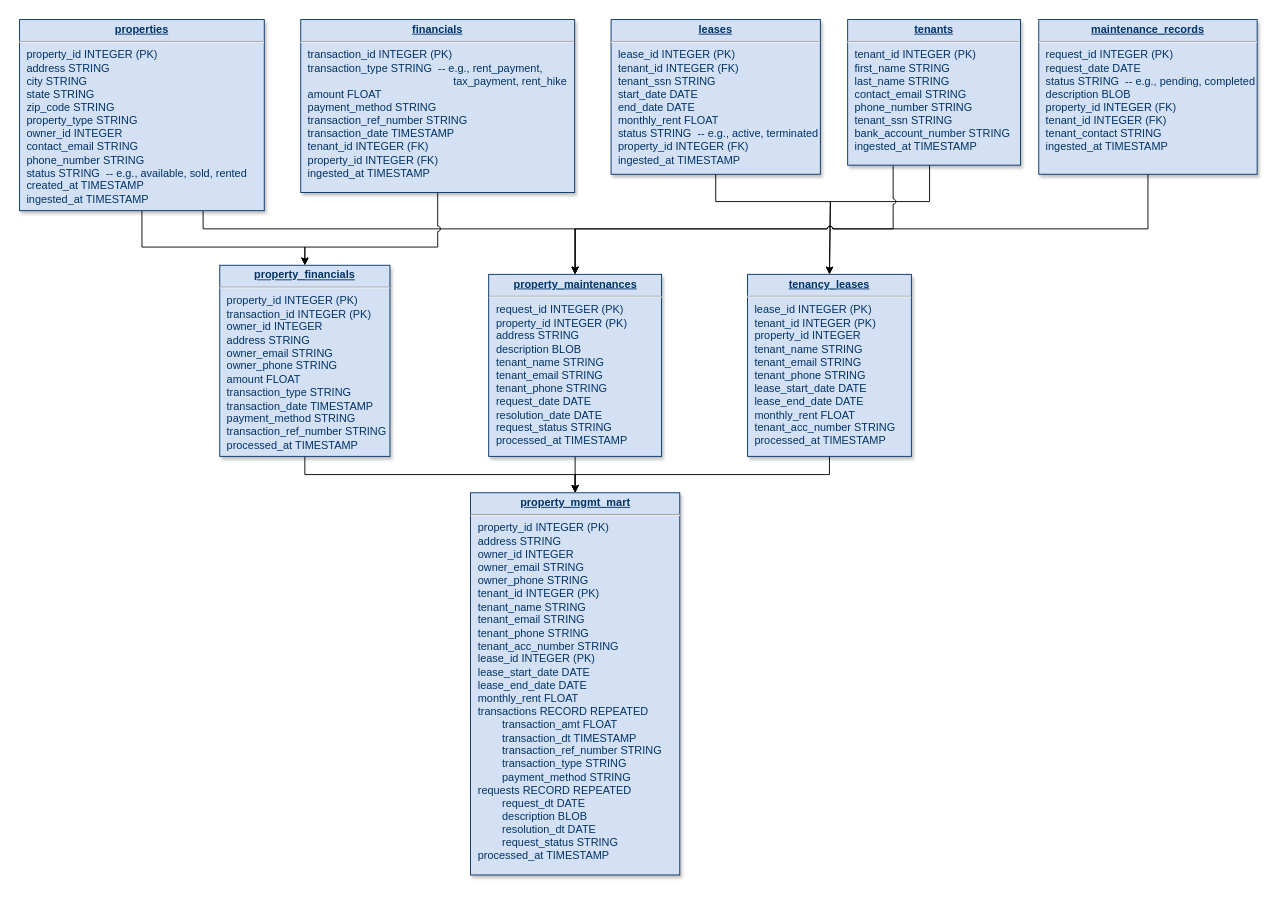
Earlier version of the draw.io diagram page "PFP-Data-Model" (2 of 7) of PFP-Sample/All-Diagrams.drawio (harshaldharme/ProjectSpaces). Source tidied: cells renumbered, new cells numbered last; positions are measured from the earlier drawing's top-left corner, leaving out a move shared by most shapes. Both pictures are drawn from the tidied source at 91%, with x=0, y=0 at pixel (19, 19).
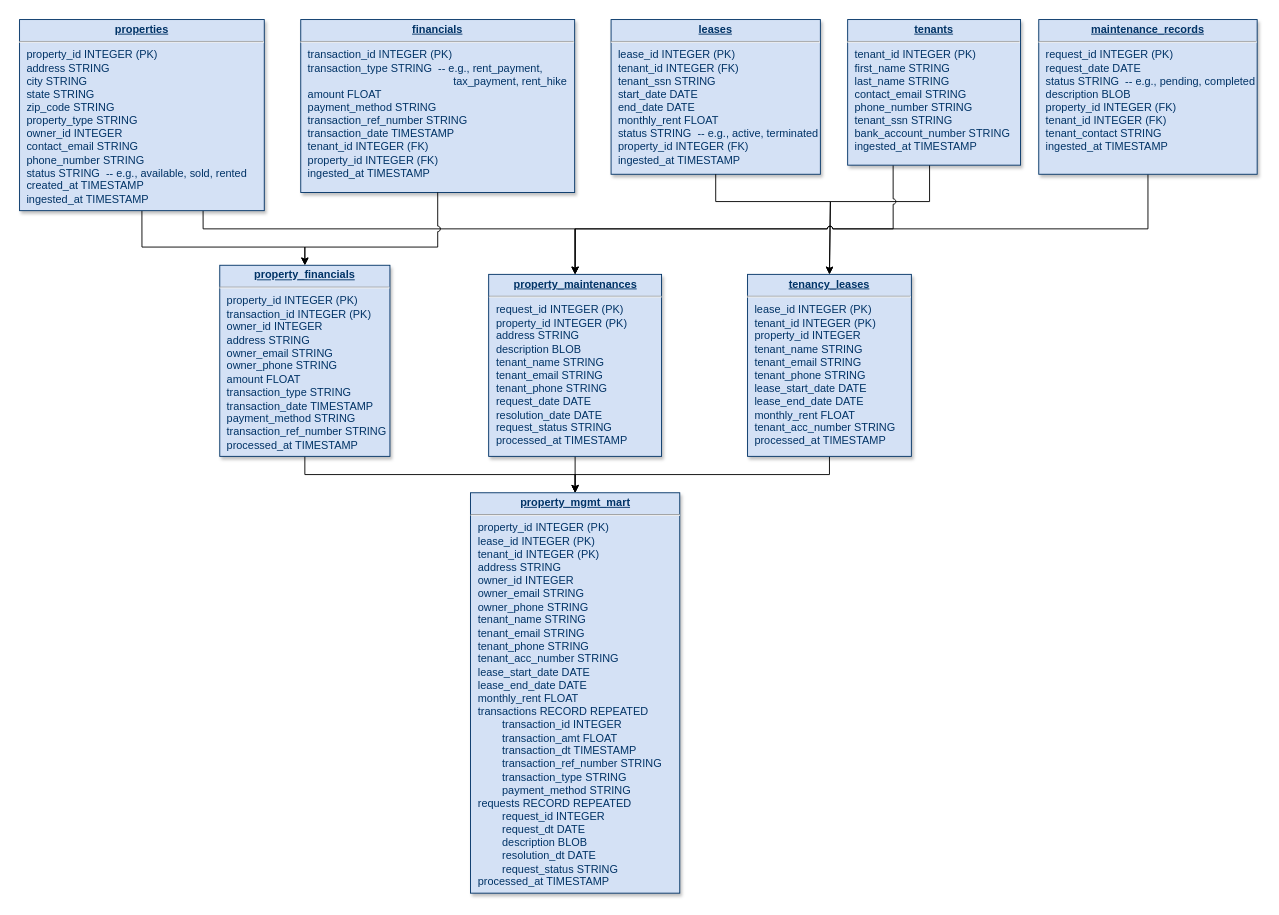
Above is the later version.

Change to the diagram source:
```diff
@@
-    <mxCell id="20" value="&lt;p style=&quot;margin: 0px; margin-top: 4px; text-align: center; text-decoration: underline;&quot;&gt;&lt;b&gt;property_mgmt_mart&lt;/b&gt;&lt;/p&gt;&lt;hr&gt;&lt;p style=&quot;margin: 0px 0px 0px 8px;&quot;&gt;&lt;span style=&quot;background-color: initial;&quot;&gt;property_id INTEGER (PK)&lt;/span&gt;&lt;/p&gt;&lt;p style=&quot;margin: 0px 0px 0px 8px;&quot;&gt;address STRING&lt;/p&gt;&lt;p style=&quot;margin: 0px 0px 0px 8px;&quot;&gt;&lt;span style=&quot;background-color: initial;&quot;&gt;owner_id INTEGER&lt;/span&gt;&lt;/p&gt;&lt;p style=&quot;margin: 0px 0px 0px 8px;&quot;&gt;owner_email STRING&lt;/p&gt;&lt;p style=&quot;margin: 0px 0px 0px 8px;&quot;&gt;owner_phone STRING&lt;/p&gt;&lt;p style=&quot;margin: 0px 0px 0px 8px;&quot;&gt;tenant_id INTEGER (PK)&lt;/p&gt;&lt;p style=&quot;margin: 0px 0px 0px 8px;&quot;&gt;&lt;span style=&quot;background-color: initial;&quot;&gt;tenant_name STRING&lt;/span&gt;&lt;/p&gt;&lt;p style=&quot;margin: 0px 0px 0px 8px;&quot;&gt;tenant_email STRING&lt;/p&gt;&lt;p style=&quot;margin: 0px 0px 0px 8px;&quot;&gt;&lt;span style=&quot;background-color: initial;&quot;&gt;tenant_phone STRING&lt;/span&gt;&lt;/p&gt;&lt;p style=&quot;margin: 0px 0px 0px 8px;&quot;&gt;tenant_acc_number STRING&lt;/p&gt;&lt;p style=&quot;margin: 0px 0px 0px 8px;&quot;&gt;&lt;span style=&quot;background-color: initial;&quot;&gt;lease_id INTEGER (PK)&lt;/span&gt;&lt;/p&gt;&lt;p style=&quot;margin: 0px 0px 0px 8px;&quot;&gt;&lt;span style=&quot;background-color: initial;&quot;&gt;lease_start_date DATE&lt;/span&gt;&lt;/p&gt;&lt;p style=&quot;margin: 0px 0px 0px 8px;&quot;&gt;lease_end_date DATE&lt;/p&gt;&lt;p style=&quot;margin: 0px 0px 0px 8px;&quot;&gt;monthly_rent FLOAT&lt;/p&gt;&lt;p style=&quot;margin: 0px 0px 0px 8px;&quot;&gt;transactions RECORD REPEATED&lt;/p&gt;&lt;p style=&quot;margin: 0px 0px 0px 8px;&quot;&gt;&lt;span style=&quot;white-space: pre;&quot;&gt;&#9;&lt;/span&gt;transaction_amt FLOAT&lt;br&gt;&lt;/p&gt;&lt;p style=&quot;margin: 0px 0px 0px 8px;&quot;&gt;&lt;span style=&quot;white-space: pre;&quot;&gt;&#9;&lt;/span&gt;transaction_dt TIMESTAMP&lt;/p&gt;&lt;p style=&quot;margin: 0px 0px 0px 8px;&quot;&gt;&lt;span style=&quot;white-space: pre;&quot;&gt;&#9;&lt;/span&gt;&lt;span style=&quot;background-color: initial;&quot;&gt;transaction_ref_number STRING&lt;/span&gt;&lt;br&gt;&lt;/p&gt;&lt;p style=&quot;margin: 0px 0px 0px 8px;&quot;&gt;&lt;span style=&quot;white-space: pre;&quot;&gt;&#9;&lt;/span&gt;transaction_type STRING&lt;br&gt;&lt;/p&gt;&lt;p style=&quot;margin: 0px 0px 0px 8px;&quot;&gt;&lt;span style=&quot;white-space: pre;&quot;&gt;&#9;&lt;/span&gt;payment_method STRING&lt;br&gt;&lt;/p&gt;&lt;p style=&quot;margin: 0px 0px 0px 8px;&quot;&gt;&lt;span style=&quot;background-color: initial;&quot;&gt;requests RECORD REPEATED&lt;br&gt;&lt;span style=&quot;white-space: pre;&quot;&gt;&lt;span style=&quot;white-space: pre;&quot;&gt;&#9;&lt;/span&gt;request_dt DATE&lt;/span&gt;&lt;/span&gt;&lt;/p&gt;&lt;p style=&quot;margin: 0px 0px 0px 8px;&quot;&gt;&lt;span style=&quot;background-color: initial;&quot;&gt;&lt;span style=&quot;white-space: pre;&quot;&gt;&lt;span style=&quot;white-space: pre;&quot;&gt;&#9;&lt;/span&gt;description BLOB&lt;br&gt;&lt;/span&gt;&lt;/span&gt;&lt;/p&gt;&lt;p style=&quot;margin: 0px 0px 0px 8px;&quot;&gt;&lt;span style=&quot;background-color: initial;&quot;&gt;&lt;span style=&quot;white-space: pre;&quot;&gt;&lt;span style=&quot;white-space: pre;&quot;&gt;&#9;&lt;/span&gt;resolution_dt DATE&lt;/span&gt;&lt;/span&gt;&lt;/p&gt;&lt;p style=&quot;margin: 0px 0px 0px 8px;&quot;&gt;&lt;span style=&quot;background-color: initial;&quot;&gt;&lt;span style=&quot;white-space: pre;&quot;&gt;&lt;span style=&quot;white-space: pre;&quot;&gt;&#9;&lt;/span&gt;request_status STRING&lt;/span&gt;&lt;/span&gt;&lt;/p&gt;&lt;p style=&quot;margin: 0px 0px 0px 8px;&quot;&gt;processed_at TIMESTAMP&lt;span style=&quot;background-color: initial;&quot;&gt;&lt;span style=&quot;white-space: pre;&quot;&gt;&lt;/span&gt;&lt;/span&gt;&lt;/p&gt;" style="verticalAlign=top;align=left;overflow=fill;fontSize=12;fontFamily=Helvetica;html=1;strokeColor=#003366;shadow=1;fillColor=#D4E1F5;fontColor=#003366;" parent="1" vertex="1">
-      <mxGeometry x="495.5" y="520" width="230" height="420" as="geometry" />
+    <mxCell id="20" value="&lt;p style=&quot;margin: 0px; margin-top: 4px; text-align: center; text-decoration: underline;&quot;&gt;&lt;b&gt;property_mgmt_mart&lt;/b&gt;&lt;/p&gt;&lt;hr&gt;&lt;p style=&quot;margin: 0px 0px 0px 8px;&quot;&gt;&lt;span style=&quot;background-color: initial;&quot;&gt;property_id INTEGER (PK)&lt;/span&gt;&lt;/p&gt;&lt;p style=&quot;margin: 0px 0px 0px 8px;&quot;&gt;&lt;span style=&quot;background-color: initial;&quot;&gt;lease_id INTEGER (PK)&lt;/span&gt;&lt;/p&gt;&lt;div&gt;&lt;p style=&quot;margin: 0px 0px 0px 8px;&quot;&gt;tenant_id INTEGER (PK)&lt;/p&gt;&lt;/div&gt;&lt;p style=&quot;margin: 0px 0px 0px 8px;&quot;&gt;address STRING&lt;/p&gt;&lt;p style=&quot;margin: 0px 0px 0px 8px;&quot;&gt;&lt;span style=&quot;background-color: initial;&quot;&gt;owner_id INTEGER&lt;/span&gt;&lt;/p&gt;&lt;p style=&quot;margin: 0px 0px 0px 8px;&quot;&gt;owner_email STRING&lt;/p&gt;&lt;p style=&quot;margin: 0px 0px 0px 8px;&quot;&gt;owner_phone STRING&lt;/p&gt;&lt;p style=&quot;margin: 0px 0px 0px 8px;&quot;&gt;&lt;span style=&quot;background-color: initial;&quot;&gt;tenant_name STRING&lt;/span&gt;&lt;/p&gt;&lt;p style=&quot;margin: 0px 0px 0px 8px;&quot;&gt;tenant_email STRING&lt;/p&gt;&lt;p style=&quot;margin: 0px 0px 0px 8px;&quot;&gt;&lt;span style=&quot;background-color: initial;&quot;&gt;tenant_phone STRING&lt;/span&gt;&lt;/p&gt;&lt;p style=&quot;margin: 0px 0px 0px 8px;&quot;&gt;tenant_acc_number STRING&lt;/p&gt;&lt;p style=&quot;margin: 0px 0px 0px 8px;&quot;&gt;&lt;span style=&quot;background-color: initial;&quot;&gt;lease_start_date DATE&lt;/span&gt;&lt;/p&gt;&lt;p style=&quot;margin: 0px 0px 0px 8px;&quot;&gt;lease_end_date DATE&lt;/p&gt;&lt;p style=&quot;margin: 0px 0px 0px 8px;&quot;&gt;monthly_rent FLOAT&lt;/p&gt;&lt;p style=&quot;margin: 0px 0px 0px 8px;&quot;&gt;transactions RECORD REPEATED&lt;/p&gt;&lt;p style=&quot;margin: 0px 0px 0px 8px;&quot;&gt;&lt;span style=&quot;white-space: pre;&quot;&gt;&#9;&lt;/span&gt;transaction_id INTEGER&lt;br&gt;&lt;/p&gt;&lt;p style=&quot;margin: 0px 0px 0px 8px;&quot;&gt;&lt;span style=&quot;white-space: pre;&quot;&gt;&#9;&lt;/span&gt;transaction_amt FLOAT&lt;br&gt;&lt;/p&gt;&lt;p style=&quot;margin: 0px 0px 0px 8px;&quot;&gt;&lt;span style=&quot;white-space: pre;&quot;&gt;&#9;&lt;/span&gt;transaction_dt TIMESTAMP&lt;/p&gt;&lt;p style=&quot;margin: 0px 0px 0px 8px;&quot;&gt;&lt;span style=&quot;white-space: pre;&quot;&gt;&#9;&lt;/span&gt;&lt;span style=&quot;background-color: initial;&quot;&gt;transaction_ref_number STRING&lt;/span&gt;&lt;br&gt;&lt;/p&gt;&lt;p style=&quot;margin: 0px 0px 0px 8px;&quot;&gt;&lt;span style=&quot;white-space: pre;&quot;&gt;&#9;&lt;/span&gt;transaction_type STRING&lt;br&gt;&lt;/p&gt;&lt;p style=&quot;margin: 0px 0px 0px 8px;&quot;&gt;&lt;span style=&quot;white-space: pre;&quot;&gt;&#9;&lt;/span&gt;payment_method STRING&lt;br&gt;&lt;/p&gt;&lt;p style=&quot;margin: 0px 0px 0px 8px;&quot;&gt;&lt;span style=&quot;background-color: initial;&quot;&gt;requests RECORD REPEATED&lt;br&gt;&lt;/span&gt;&lt;span style=&quot;background-color: initial;&quot;&gt;&lt;span style=&quot;white-space: pre;&quot;&gt;&lt;span style=&quot;white-space: pre;&quot;&gt;&lt;span style=&quot;white-space: pre;&quot;&gt;&#9;&lt;/span&gt;request_id INTEGER&lt;br&gt;&lt;/span&gt;&lt;/span&gt;&lt;/span&gt;&lt;/p&gt;&lt;p style=&quot;margin: 0px 0px 0px 8px;&quot;&gt;&lt;span style=&quot;background-color: initial;&quot;&gt;&lt;span style=&quot;white-space: pre;&quot;&gt;&lt;span style=&quot;white-space: pre;&quot;&gt;&#9;&lt;/span&gt;request_dt DATE&lt;/span&gt;&lt;/span&gt;&lt;/p&gt;&lt;p style=&quot;margin: 0px 0px 0px 8px;&quot;&gt;&lt;/p&gt;&lt;p style=&quot;margin: 0px 0px 0px 8px;&quot;&gt;&lt;span style=&quot;background-color: initial;&quot;&gt;&lt;span style=&quot;white-space: pre;&quot;&gt;&lt;span style=&quot;white-space: pre;&quot;&gt;&#9;&lt;/span&gt;description BLOB&lt;br&gt;&lt;/span&gt;&lt;/span&gt;&lt;/p&gt;&lt;p style=&quot;margin: 0px 0px 0px 8px;&quot;&gt;&lt;span style=&quot;background-color: initial;&quot;&gt;&lt;span style=&quot;white-space: pre;&quot;&gt;&lt;span style=&quot;white-space: pre;&quot;&gt;&#9;&lt;/span&gt;resolution_dt DATE&lt;/span&gt;&lt;/span&gt;&lt;/p&gt;&lt;p style=&quot;margin: 0px 0px 0px 8px;&quot;&gt;&lt;span style=&quot;background-color: initial;&quot;&gt;&lt;span style=&quot;white-space: pre;&quot;&gt;&lt;span style=&quot;white-space: pre;&quot;&gt;&#9;&lt;/span&gt;request_status STRING&lt;/span&gt;&lt;/span&gt;&lt;/p&gt;&lt;p style=&quot;margin: 0px 0px 0px 8px;&quot;&gt;processed_at TIMESTAMP&lt;span style=&quot;background-color: initial;&quot;&gt;&lt;span style=&quot;white-space: pre;&quot;&gt;&lt;/span&gt;&lt;/span&gt;&lt;/p&gt;" style="verticalAlign=top;align=left;overflow=fill;fontSize=12;fontFamily=Helvetica;html=1;strokeColor=#003366;shadow=1;fillColor=#D4E1F5;fontColor=#003366;" parent="1" vertex="1">
+      <mxGeometry x="495.5" y="520" width="230" height="440" as="geometry" />
     </mxCell>
```
